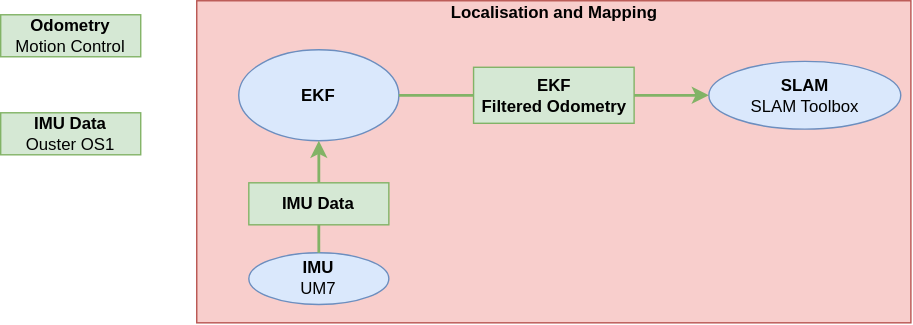
Before: Figures/figLocMapping.drawio.svg, a diagram exported from draw.io (orjano-max/ORJANOS_MASTER_REPO). Source tidied: cells renumbered, new cells last; positions are measured from the earlier drawing's top-left corner, leaving out a move shared by most shapes.
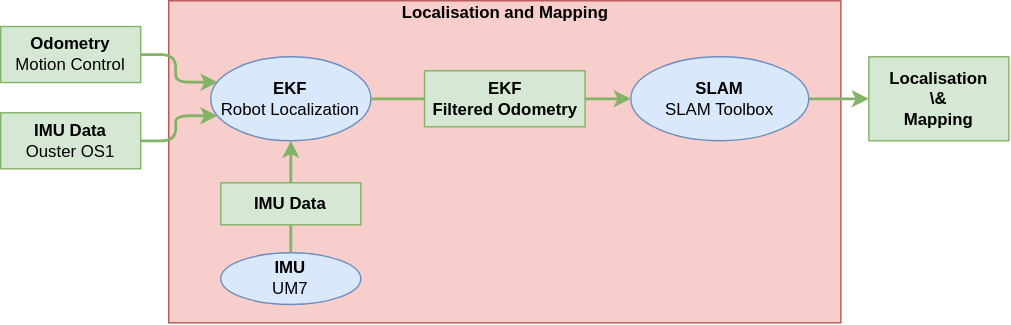
After the commit.

Diff of the diagram source:
```diff
@@ -2,60 +2,71 @@
   <root>
     <mxCell id="0" />
     <mxCell id="1" parent="0" />
+    <mxCell id="5" style="rounded=0;whiteSpace=wrap;html=1;fillColor=#f8cecc;strokeColor=#b85450;" parent="1" vertex="1">
+      <mxGeometry x="140" width="480" height="230" as="geometry" />
+    </mxCell>
     <mxCell id="2" value="&lt;b&gt;IMU Data&lt;br&gt;&lt;/b&gt;Ouster OS1&lt;b&gt;&lt;br&gt;&lt;/b&gt;" style="rounded=0;whiteSpace=wrap;html=1;fillColor=#d5e8d4;strokeColor=#82b366;" parent="1" vertex="1">
-      <mxGeometry y="80" width="100" height="30" as="geometry" />
+      <mxGeometry x="20" y="80" width="100" height="40" as="geometry" />
     </mxCell>
-    <mxCell id="3" style="group;" parent="1" vertex="1">
-      <mxGeometry x="140" width="510" height="230" as="geometry" />
-    </mxCell>
-    <mxCell id="4" style="group;rounded=0;" parent="3" vertex="1">
-      <mxGeometry width="510" height="230" as="geometry" />
-    </mxCell>
-    <mxCell id="5" style="rounded=0;whiteSpace=wrap;html=1;fillColor=#f8cecc;strokeColor=#b85450;" parent="4" vertex="1">
-      <mxGeometry width="510" height="230" as="geometry" />
-    </mxCell>
+    <mxCell id="16" value="&lt;b&gt;Odometry&lt;br&gt;&lt;/b&gt;Motion Control&lt;b&gt;&lt;br&gt;&lt;/b&gt;" style="rounded=0;whiteSpace=wrap;html=1;fillColor=#d5e8d4;strokeColor=#82b366;" parent="1" vertex="1">
+      <mxGeometry x="20" y="18.4" width="100" height="40" as="geometry" />
+    </mxCell>
+    <mxCell id="17" style="edgeStyle=orthogonalEdgeStyle;jettySize=auto;html=1;fillColor=#d5e8d4;strokeColor=#82b366;strokeWidth=2;rounded=1;exitX=1;exitY=0.5;exitDx=0;exitDy=0;entryX=0.042;entryY=0.702;entryDx=0;entryDy=0;entryPerimeter=0;" parent="1" edge="1" source="2" target="9">
+      <mxGeometry relative="1" as="geometry" />
+    </mxCell>
+    <mxCell id="18" style="edgeStyle=orthogonalEdgeStyle;jettySize=auto;html=1;fillColor=#d5e8d4;strokeColor=#82b366;strokeWidth=2;rounded=1;exitX=1;exitY=0.5;exitDx=0;exitDy=0;entryX=0.043;entryY=0.303;entryDx=0;entryDy=0;entryPerimeter=0;" parent="1" edge="1" source="16" target="9">
+      <mxGeometry relative="1" as="geometry" />
+    </mxCell>
+    <mxCell id="19" value="&lt;b&gt;Localisation&lt;br&gt;&lt;/b&gt;&lt;div&gt;&lt;b&gt;\&amp;amp;&lt;/b&gt;&lt;/div&gt;&lt;div&gt;&lt;b&gt;Mapping&lt;br&gt;&lt;/b&gt;&lt;/div&gt;" style="rounded=0;whiteSpace=wrap;html=1;fillColor=#d5e8d4;strokeColor=#82b366;" parent="1" vertex="1">
+      <mxGeometry x="640" y="40" width="100" height="60" as="geometry" />
+    </mxCell>
+    <mxCell id="20" style="edgeStyle=orthogonalEdgeStyle;jettySize=auto;html=1;fillColor=#d5e8d4;strokeColor=#82b366;strokeWidth=2;rounded=1;exitX=1;exitY=0.5;exitDx=0;exitDy=0;entryX=0;entryY=0.5;entryDx=0;entryDy=0;" parent="1" edge="1" source="10" target="19">
+      <mxGeometry relative="1" as="geometry" />
+    </mxCell>
-    <mxCell id="6" value="&lt;b&gt;Localisation and Mapping&lt;/b&gt;" style="text;html=1;strokeColor=none;fillColor=none;align=center;verticalAlign=middle;whiteSpace=wrap;rounded=0;" parent="4" vertex="1">
-      <mxGeometry x="133.7" width="242.6" height="18.4" as="geometry" />
+    <mxCell id="6" value="&lt;b&gt;Localisation and Mapping&lt;/b&gt;" style="text;html=1;strokeColor=none;fillColor=none;align=center;verticalAlign=middle;whiteSpace=wrap;rounded=0;" parent="1" vertex="1">
+      <mxGeometry x="258.7" width="242.6" height="18.4" as="geometry" />
     </mxCell>
-    <mxCell id="7" value="IMU&lt;br&gt;&lt;span style=&quot;font-weight: normal;&quot;&gt;UM7&lt;br&gt;&lt;/span&gt;" style="ellipse;whiteSpace=wrap;html=1;fillColor=#dae8fc;strokeColor=#6c8ebf;fontStyle=1;" parent="4" vertex="1">
-      <mxGeometry x="37.2" y="180" width="100" height="36.9" as="geometry" />
+    <mxCell id="7" value="IMU&lt;br&gt;&lt;span style=&quot;font-weight: normal;&quot;&gt;UM7&lt;br&gt;&lt;/span&gt;" style="ellipse;whiteSpace=wrap;html=1;fillColor=#dae8fc;strokeColor=#6c8ebf;fontStyle=1;" parent="1" vertex="1">
+      <mxGeometry x="177.2" y="180" width="100" height="36.9" as="geometry" />
     </mxCell>
-    <mxCell id="8" value="&lt;b&gt;EKF&lt;br&gt;Filtered Odometry&lt;br&gt;&lt;/b&gt;" style="rounded=0;whiteSpace=wrap;html=1;fillColor=#d5e8d4;strokeColor=#82b366;" parent="4" vertex="1">
-      <mxGeometry x="197.7" y="47.5" width="114.6" height="40" as="geometry" />
+    <mxCell id="8" value="&lt;b&gt;EKF&lt;br&gt;Filtered Odometry&lt;br&gt;&lt;/b&gt;" style="rounded=0;whiteSpace=wrap;html=1;fillColor=#d5e8d4;strokeColor=#82b366;" parent="1" vertex="1">
+      <mxGeometry x="322.7" y="50" width="114.6" height="40" as="geometry" />
     </mxCell>
-    <mxCell id="9" value="EKF&lt;span style=&quot;font-weight: normal;&quot;&gt;&lt;br&gt;&lt;/span&gt;" style="ellipse;whiteSpace=wrap;html=1;fillColor=#dae8fc;strokeColor=#6c8ebf;fontStyle=1;" parent="4" vertex="1">
-      <mxGeometry x="30" y="35" width="114.4" height="65" as="geometry" />
+    <mxCell id="9" value="EKF&lt;br&gt;&lt;span style=&quot;font-weight: normal;&quot;&gt;Robot Localization&lt;br&gt;&lt;/span&gt;" style="ellipse;whiteSpace=wrap;html=1;fillColor=#dae8fc;strokeColor=#6c8ebf;fontStyle=1;" parent="1" vertex="1">
+      <mxGeometry x="170" y="40" width="114.4" height="60" as="geometry" />
     </mxCell>
-    <mxCell id="10" value="SLAM&lt;br&gt;&lt;span style=&quot;font-weight: normal;&quot;&gt;SLAM Toolbox&lt;/span&gt;" style="ellipse;whiteSpace=wrap;html=1;fillColor=#dae8fc;strokeColor=#6c8ebf;fontStyle=1;" parent="4" vertex="1">
-      <mxGeometry x="365.7" y="43.3" width="137.1" height="48.4" as="geometry" />
+    <mxCell id="10" value="SLAM&lt;br&gt;&lt;span style=&quot;font-weight: normal;&quot;&gt;SLAM Toolbox&lt;/span&gt;" style="ellipse;whiteSpace=wrap;html=1;fillColor=#dae8fc;strokeColor=#6c8ebf;fontStyle=1;" parent="1" vertex="1">
+      <mxGeometry x="470" y="40" width="127.1" height="60" as="geometry" />
     </mxCell>
-    <mxCell id="11" value="&lt;b&gt;IMU Data&lt;br&gt;&lt;/b&gt;" style="rounded=0;whiteSpace=wrap;html=1;fillColor=#d5e8d4;strokeColor=#82b366;" parent="4" vertex="1">
-      <mxGeometry x="37.2" y="130" width="100" height="30" as="geometry" />
+    <mxCell id="11" value="&lt;b&gt;IMU Data&lt;br&gt;&lt;/b&gt;" style="rounded=0;whiteSpace=wrap;html=1;fillColor=#d5e8d4;strokeColor=#82b366;" parent="1" vertex="1">
+      <mxGeometry x="177.2" y="130" width="100" height="30" as="geometry" />
     </mxCell>
-    <mxCell id="12" style="edgeStyle=orthogonalEdgeStyle;jettySize=auto;html=1;fillColor=#d5e8d4;strokeColor=#82b366;strokeWidth=2;rounded=1;exitX=0.5;exitY=0;exitDx=0;exitDy=0;entryX=0.5;entryY=1;entryDx=0;entryDy=0;endArrow=none;endFill=0;" parent="4" edge="1" source="7" target="11">
+    <mxCell id="12" style="edgeStyle=orthogonalEdgeStyle;jettySize=auto;html=1;fillColor=#d5e8d4;strokeColor=#82b366;strokeWidth=2;rounded=1;exitX=0.5;exitY=0;exitDx=0;exitDy=0;entryX=0.5;entryY=1;entryDx=0;entryDy=0;endArrow=none;endFill=0;" parent="1" edge="1" source="7" target="11">
       <mxGeometry relative="1" as="geometry">
         <Array as="points">
-          <mxPoint x="87" y="170" />
-          <mxPoint x="87" y="170" />
+          <mxPoint x="227" y="170" />
+          <mxPoint x="227" y="170" />
         </Array>
       </mxGeometry>
     </mxCell>
-    <mxCell id="13" style="edgeStyle=orthogonalEdgeStyle;jettySize=auto;html=1;fillColor=#d5e8d4;strokeColor=#82b366;strokeWidth=2;rounded=1;exitX=0.5;exitY=0;exitDx=0;exitDy=0;entryX=0.5;entryY=1;entryDx=0;entryDy=0;" parent="4" edge="1" source="11" target="9">
+    <mxCell id="13" style="edgeStyle=orthogonalEdgeStyle;jettySize=auto;html=1;fillColor=#d5e8d4;strokeColor=#82b366;strokeWidth=2;rounded=1;exitX=0.5;exitY=0;exitDx=0;exitDy=0;entryX=0.5;entryY=1;entryDx=0;entryDy=0;" parent="1" edge="1" source="11" target="9">
       <mxGeometry relative="1" as="geometry" />
     </mxCell>
-    <mxCell id="14" style="edgeStyle=orthogonalEdgeStyle;jettySize=auto;html=1;fillColor=#d5e8d4;strokeColor=#82b366;strokeWidth=2;rounded=1;exitX=1;exitY=0.5;exitDx=0;exitDy=0;entryX=0;entryY=0.5;entryDx=0;entryDy=0;endArrow=none;endFill=0;" parent="4" edge="1" source="9" target="8">
+    <mxCell id="14" style="edgeStyle=orthogonalEdgeStyle;jettySize=auto;html=1;fillColor=#d5e8d4;strokeColor=#82b366;strokeWidth=2;rounded=1;exitX=1;exitY=0.5;exitDx=0;exitDy=0;entryX=0;entryY=0.5;entryDx=0;entryDy=0;endArrow=none;endFill=0;" parent="1" edge="1" source="9" target="8">
       <mxGeometry relative="1" as="geometry">
         <Array as="points">
-          <mxPoint x="160" y="68" />
-          <mxPoint x="198" y="68" />
+          <mxPoint x="290" y="70" />
+          <mxPoint x="290" y="70" />
         </Array>
       </mxGeometry>
     </mxCell>
-    <mxCell id="15" style="edgeStyle=orthogonalEdgeStyle;jettySize=auto;html=1;fillColor=#d5e8d4;strokeColor=#82b366;strokeWidth=2;rounded=1;exitX=1;exitY=0.5;exitDx=0;exitDy=0;entryX=0;entryY=0.5;entryDx=0;entryDy=0;" parent="4" edge="1" source="8" target="10">
-      <mxGeometry relative="1" as="geometry" />
+    <mxCell id="15" style="edgeStyle=orthogonalEdgeStyle;jettySize=auto;html=1;fillColor=#d5e8d4;strokeColor=#82b366;strokeWidth=2;rounded=1;exitX=1;exitY=0.5;exitDx=0;exitDy=0;entryX=0;entryY=0.5;entryDx=0;entryDy=0;" parent="1" edge="1" source="8" target="10">
+      <mxGeometry relative="1" as="geometry">
+        <Array as="points">
+          <mxPoint x="450" y="70" />
+          <mxPoint x="450" y="70" />
+        </Array>
+      </mxGeometry>
     </mxCell>
-    <mxCell id="16" value="&lt;b&gt;Odometry&lt;br&gt;&lt;/b&gt;Motion Control&lt;b&gt;&lt;br&gt;&lt;/b&gt;" style="rounded=0;whiteSpace=wrap;html=1;fillColor=#d5e8d4;strokeColor=#82b366;" parent="1" vertex="1">
-      <mxGeometry y="10" width="100" height="30" as="geometry" />
-    </mxCell>
   </root>
 </mxGraphModel>
```
